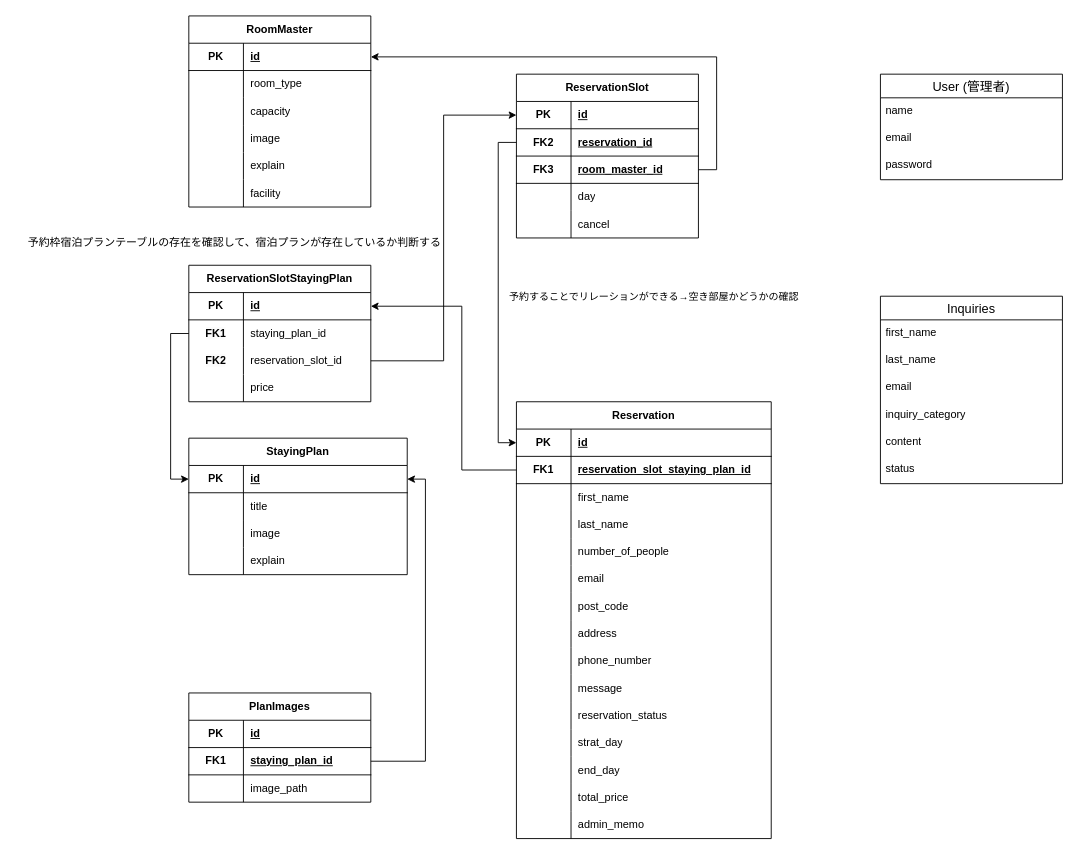
your-school/reserve keeps this draw.io diagram as ER図.drawio. Above is the earlier version. Source tidied: cells renumbered, new cells numbered last; positions are measured from the earlier drawing's top-left corner, leaving out a move shared by most shapes. Both pictures are drawn from the tidied source at 91%, with x=0, y=0 at pixel (15, 15).
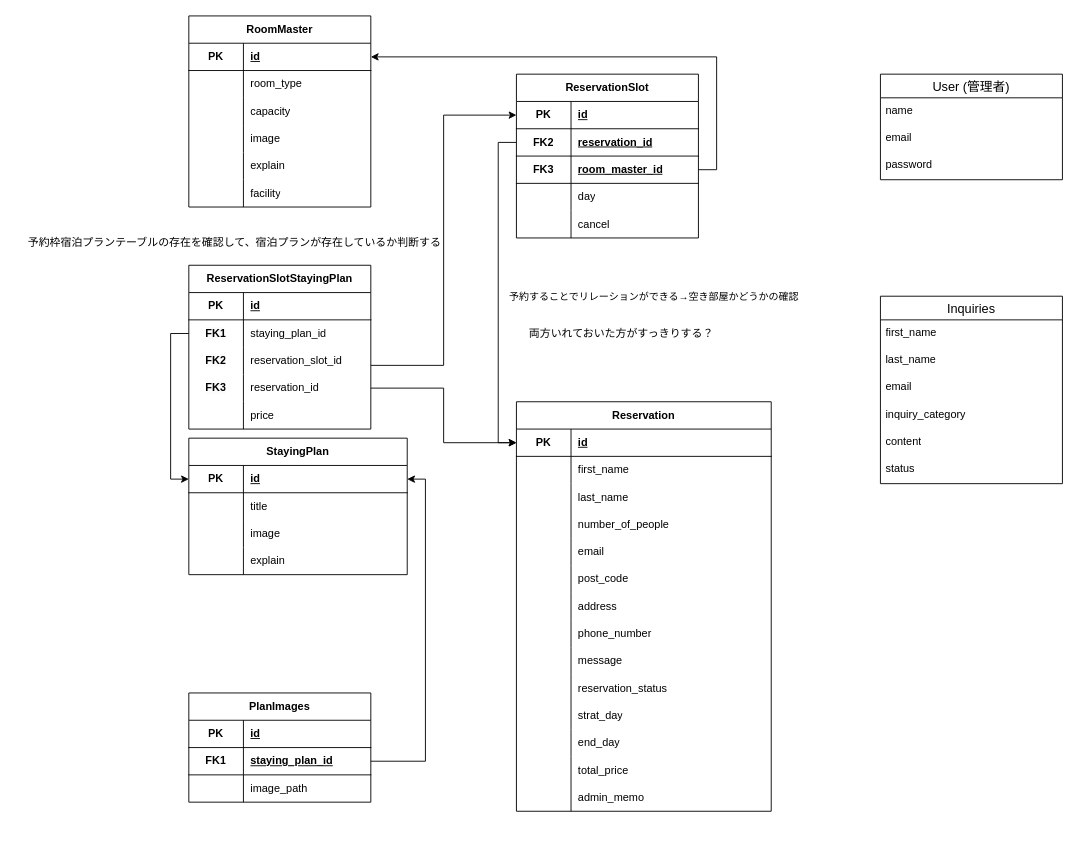
The same diagram, later.

Commit message:
ER図.drawio を更新します

The change refers to these unchanged cells:
```xml
<mxCell id="3" style="shape=tableRow;horizontal=0;startSize=0;swimlaneHead=0;swimlaneBody=0;fillColor=none;points=[[0,0.5],[1,0.5]];portConstraint=eastwest;top=0;left=0;right=0;bottom=1;html=1;" parent="2" vertex="1">
  <mxGeometry y="30" width="280" height="30" as="geometry" />
</mxCell>
<mxCell id="62" style="shape=tableRow;horizontal=0;startSize=0;swimlaneHead=0;swimlaneBody=0;fillColor=none;points=[[0,0.5],[1,0.5]];portConstraint=eastwest;top=0;left=0;right=0;bottom=1;html=1;" parent="61" vertex="1">
  <mxGeometry y="30" width="200" height="30" as="geometry" />
</mxCell>
<mxCell id="91" style="shape=tableRow;horizontal=0;startSize=0;swimlaneHead=0;swimlaneBody=0;fillColor=none;points=[[0,0.5],[1,0.5]];portConstraint=eastwest;top=0;left=0;right=0;bottom=1;html=1;" parent="90" vertex="1">
  <mxGeometry y="30" width="200" height="30" as="geometry" />
</mxCell>
```

Diff of the diagram source:
```diff
@@
     <mxCell id="2" value="Reservation" style="shape=table;startSize=30;childLayout=tableLayout;rowLines=0;fontStyle=1;align=center;html=1;whiteSpace=wrap;" parent="1" vertex="1">
-      <mxGeometry x="550" y="424" width="280" height="480" as="geometry" />
+      <mxGeometry x="550" y="424" width="280" height="450" as="geometry" />
     </mxCell>
@@
-    <mxCell id="6" style="shape=tableRow;horizontal=0;startSize=0;swimlaneHead=0;swimlaneBody=0;fillColor=none;points=[[0,0.5],[1,0.5]];portConstraint=eastwest;top=0;left=0;right=0;bottom=1;html=1;" parent="2" vertex="1">
-      <mxGeometry y="60" width="280" height="30" as="geometry" />
-    </mxCell>
-    <mxCell id="7" value="FK1" style="shape=partialRectangle;fillColor=none;top=0;left=0;bottom=0;right=0;fontStyle=1;overflow=hidden;html=1;whiteSpace=wrap;" parent="6" vertex="1">
-      <mxGeometry width="60" height="30" as="geometry" />
-    </mxCell>
-    <mxCell id="8" value="reservation_slot_staying_plan_id" style="shape=partialRectangle;fillColor=none;top=0;left=0;bottom=0;right=0;align=left;spacingLeft=6;fontStyle=5;overflow=hidden;html=1;whiteSpace=wrap;" parent="6" vertex="1">
-      <mxGeometry x="60" width="220" height="30" as="geometry" />
-    </mxCell>
     <mxCell id="9" style="shape=tableRow;horizontal=0;startSize=0;swimlaneHead=0;swimlaneBody=0;fillColor=none;top=0;left=0;right=0;bottom=0;html=1;" parent="2" vertex="1">
-      <mxGeometry y="90" width="280" height="30" as="geometry" />
+      <mxGeometry y="60" width="280" height="30" as="geometry" />
     </mxCell>
@@
     <mxCell id="12" style="shape=tableRow;horizontal=0;startSize=0;swimlaneHead=0;swimlaneBody=0;fillColor=none;top=0;left=0;right=0;bottom=0;html=1;" parent="2" vertex="1">
-      <mxGeometry y="120" width="280" height="30" as="geometry" />
+      <mxGeometry y="90" width="280" height="30" as="geometry" />
     </mxCell>
@@
     <mxCell id="15" style="shape=tableRow;horizontal=0;startSize=0;swimlaneHead=0;swimlaneBody=0;fillColor=none;top=0;left=0;right=0;bottom=0;html=1;" parent="2" vertex="1">
-      <mxGeometry y="150" width="280" height="30" as="geometry" />
+      <mxGeometry y="120" width="280" height="30" as="geometry" />
     </mxCell>
@@
     <mxCell id="18" style="shape=tableRow;horizontal=0;startSize=0;swimlaneHead=0;swimlaneBody=0;fillColor=none;top=0;left=0;right=0;bottom=0;html=1;" parent="2" vertex="1">
-      <mxGeometry y="180" width="280" height="30" as="geometry" />
+      <mxGeometry y="150" width="280" height="30" as="geometry" />
     </mxCell>
@@
     <mxCell id="21" style="shape=tableRow;horizontal=0;startSize=0;swimlaneHead=0;swimlaneBody=0;fillColor=none;top=0;left=0;right=0;bottom=0;html=1;" parent="2" vertex="1">
-      <mxGeometry y="210" width="280" height="30" as="geometry" />
+      <mxGeometry y="180" width="280" height="30" as="geometry" />
     </mxCell>
@@
     <mxCell id="24" style="shape=tableRow;horizontal=0;startSize=0;swimlaneHead=0;swimlaneBody=0;fillColor=none;top=0;left=0;right=0;bottom=0;html=1;" parent="2" vertex="1">
-      <mxGeometry y="240" width="280" height="30" as="geometry" />
+      <mxGeometry y="210" width="280" height="30" as="geometry" />
     </mxCell>
@@
     <mxCell id="27" style="shape=tableRow;horizontal=0;startSize=0;swimlaneHead=0;swimlaneBody=0;fillColor=none;top=0;left=0;right=0;bottom=0;html=1;" parent="2" vertex="1">
-      <mxGeometry y="270" width="280" height="30" as="geometry" />
+      <mxGeometry y="240" width="280" height="30" as="geometry" />
     </mxCell>
@@
     <mxCell id="30" style="shape=tableRow;horizontal=0;startSize=0;swimlaneHead=0;swimlaneBody=0;fillColor=none;top=0;left=0;right=0;bottom=0;html=1;" parent="2" vertex="1">
-      <mxGeometry y="300" width="280" height="30" as="geometry" />
+      <mxGeometry y="270" width="280" height="30" as="geometry" />
     </mxCell>
@@
     <mxCell id="33" style="shape=tableRow;horizontal=0;startSize=0;swimlaneHead=0;swimlaneBody=0;fillColor=none;top=0;left=0;right=0;bottom=0;html=1;" parent="2" vertex="1">
-      <mxGeometry y="330" width="280" height="30" as="geometry" />
+      <mxGeometry y="300" width="280" height="30" as="geometry" />
     </mxCell>
@@
     <mxCell id="36" style="shape=tableRow;horizontal=0;startSize=0;swimlaneHead=0;swimlaneBody=0;fillColor=none;top=0;left=0;right=0;bottom=0;html=1;" parent="2" vertex="1">
-      <mxGeometry y="360" width="280" height="30" as="geometry" />
+      <mxGeometry y="330" width="280" height="30" as="geometry" />
     </mxCell>
@@
     <mxCell id="39" style="shape=tableRow;horizontal=0;startSize=0;swimlaneHead=0;swimlaneBody=0;fillColor=none;top=0;left=0;right=0;bottom=0;html=1;" parent="2" vertex="1">
-      <mxGeometry y="390" width="280" height="30" as="geometry" />
+      <mxGeometry y="360" width="280" height="30" as="geometry" />
     </mxCell>
@@
     <mxCell id="42" style="shape=tableRow;horizontal=0;startSize=0;swimlaneHead=0;swimlaneBody=0;fillColor=none;top=0;left=0;right=0;bottom=0;html=1;" parent="2" vertex="1">
-      <mxGeometry y="420" width="280" height="30" as="geometry" />
+      <mxGeometry y="390" width="280" height="30" as="geometry" />
     </mxCell>
@@
     <mxCell id="45" style="shape=tableRow;horizontal=0;startSize=0;swimlaneHead=0;swimlaneBody=0;fillColor=none;top=0;left=0;right=0;bottom=0;html=1;" parent="2" vertex="1">
-      <mxGeometry y="450" width="280" height="30" as="geometry" />
+      <mxGeometry y="420" width="280" height="30" as="geometry" />
     </mxCell>
@@
     <mxCell id="90" value="ReservationSlotStayingPlan" style="shape=table;startSize=30;childLayout=tableLayout;rowLines=0;fontStyle=1;align=center;html=1;whiteSpace=wrap;" parent="1" vertex="1">
-      <mxGeometry x="190" y="274" width="200" height="150" as="geometry" />
+      <mxGeometry x="190" y="274" width="200" height="180" as="geometry" />
     </mxCell>
@@
+    <mxCell id="138" style="shape=tableRow;horizontal=0;startSize=0;swimlaneHead=0;swimlaneBody=0;fillColor=none;top=0;left=0;right=0;bottom=0;html=1;" parent="90" vertex="1">
+      <mxGeometry y="90" width="200" height="30" as="geometry" />
+    </mxCell>
+    <mxCell id="139" value="&lt;span style=&quot;color: rgb(0, 0, 0); font-family: Helvetica; font-size: 12px; font-style: normal; font-variant-ligatures: normal; font-variant-caps: normal; font-weight: 700; letter-spacing: normal; orphans: 2; text-align: center; text-indent: 0px; text-transform: none; widows: 2; word-spacing: 0px; -webkit-text-stroke-width: 0px; background-color: rgb(251, 251, 251); text-decoration-thickness: initial; text-decoration-style: initial; text-decoration-color: initial; float: none; display: inline !important;&quot;&gt;FK2&lt;/span&gt;" style="shape=partialRectangle;fillColor=none;top=0;left=0;bottom=0;right=0;overflow=hidden;html=1;whiteSpace=wrap;" parent="138" vertex="1">
+      <mxGeometry width="60" height="30" as="geometry" />
+    </mxCell>
+    <mxCell id="140" value="reservation_slot_id" style="shape=partialRectangle;fillColor=none;top=0;left=0;bottom=0;right=0;align=left;spacingLeft=6;overflow=hidden;html=1;whiteSpace=wrap;" parent="138" vertex="1">
+      <mxGeometry x="60" width="140" height="30" as="geometry" />
+    </mxCell>
     <mxCell id="97" style="shape=tableRow;horizontal=0;startSize=0;swimlaneHead=0;swimlaneBody=0;fillColor=none;points=[[0,0.5],[1,0.5]];portConstraint=eastwest;top=0;left=0;right=0;bottom=0;html=1;" parent="90" vertex="1">
-      <mxGeometry y="90" width="200" height="30" as="geometry" />
+      <mxGeometry y="120" width="200" height="30" as="geometry" />
     </mxCell>
-    <mxCell id="98" value="&lt;span style=&quot;color: rgb(0, 0, 0); font-family: Helvetica; font-size: 12px; font-style: normal; font-variant-ligatures: normal; font-variant-caps: normal; font-weight: 700; letter-spacing: normal; orphans: 2; text-align: center; text-indent: 0px; text-transform: none; widows: 2; word-spacing: 0px; -webkit-text-stroke-width: 0px; background-color: rgb(251, 251, 251); text-decoration-thickness: initial; text-decoration-style: initial; text-decoration-color: initial; float: none; display: inline !important;&quot;&gt;FK2&lt;/span&gt;" style="shape=partialRectangle;fillColor=none;top=0;left=0;bottom=0;right=0;overflow=hidden;html=1;whiteSpace=wrap;" parent="97" vertex="1">
+    <mxCell id="98" value="&lt;span style=&quot;color: rgb(0, 0, 0); font-family: Helvetica; font-size: 12px; font-style: normal; font-variant-ligatures: normal; font-variant-caps: normal; font-weight: 700; letter-spacing: normal; orphans: 2; text-align: center; text-indent: 0px; text-transform: none; widows: 2; word-spacing: 0px; -webkit-text-stroke-width: 0px; background-color: rgb(251, 251, 251); text-decoration-thickness: initial; text-decoration-style: initial; text-decoration-color: initial; float: none; display: inline !important;&quot;&gt;FK3&lt;/span&gt;" style="shape=partialRectangle;fillColor=none;top=0;left=0;bottom=0;right=0;overflow=hidden;html=1;whiteSpace=wrap;" parent="97" vertex="1">
       <mxGeometry width="60" height="30" as="geometry" />
     </mxCell>
-    <mxCell id="99" value="reservation_slot_id" style="shape=partialRectangle;fillColor=none;top=0;left=0;bottom=0;right=0;align=left;spacingLeft=6;overflow=hidden;html=1;whiteSpace=wrap;" parent="97" vertex="1">
+    <mxCell id="99" value="reservation_id" style="shape=partialRectangle;fillColor=none;top=0;left=0;bottom=0;right=0;align=left;spacingLeft=6;overflow=hidden;html=1;whiteSpace=wrap;" parent="97" vertex="1">
       <mxGeometry x="60" width="140" height="30" as="geometry" />
     </mxCell>
     <mxCell id="100" style="shape=tableRow;horizontal=0;startSize=0;swimlaneHead=0;swimlaneBody=0;fillColor=none;top=0;left=0;right=0;bottom=0;html=1;" parent="90" vertex="1">
-      <mxGeometry y="120" width="200" height="30" as="geometry" />
+      <mxGeometry y="150" width="200" height="30" as="geometry" />
     </mxCell>
@@
-    <mxCell id="136" style="edgeStyle=orthogonalEdgeStyle;rounded=0;jettySize=auto;html=1;exitX=0;exitY=0.5;exitDx=0;exitDy=0;entryX=1;entryY=0.5;entryDx=0;entryDy=0;" parent="1" edge="1" source="6" target="91">
-      <mxGeometry relative="1" as="geometry">
-        <Array as="points">
-          <mxPoint x="490" y="499" />
-          <mxPoint x="490" y="319" />
-        </Array>
-      </mxGeometry>
-    </mxCell>
-    <mxCell id="137" style="edgeStyle=orthogonalEdgeStyle;rounded=0;jettySize=auto;html=1;exitX=1;exitY=0.5;exitDx=0;exitDy=0;entryX=0;entryY=0.5;entryDx=0;entryDy=0;" parent="1" edge="1" source="97" target="62">
-      <mxGeometry relative="1" as="geometry" />
+    <mxCell id="137" style="edgeStyle=orthogonalEdgeStyle;rounded=0;jettySize=auto;html=1;entryX=0;entryY=0.5;entryDx=0;entryDy=0;" parent="1" edge="1" target="62">
+      <mxGeometry relative="1" as="geometry">
+        <mxPoint x="390" y="384" as="sourcePoint" />
+        <Array as="points">
+          <mxPoint x="390" y="384" />
+          <mxPoint x="470" y="384" />
+          <mxPoint x="470" y="109" />
+        </Array>
+      </mxGeometry>
     </mxCell>
+    <mxCell id="141" style="edgeStyle=orthogonalEdgeStyle;rounded=0;jettySize=auto;html=1;exitX=1;exitY=0.5;exitDx=0;exitDy=0;entryX=0;entryY=0.5;entryDx=0;entryDy=0;" parent="1" edge="1" source="97" target="3">
+      <mxGeometry relative="1" as="geometry" />
+    </mxCell>
+    <mxCell id="142" value="両方いれておいた方がすっきりする？" style="text;html=1;align=center;verticalAlign=middle;strokeColor=none;fillColor=none;" parent="1" vertex="1">
+      <mxGeometry x="550" y="334" width="230" height="30" as="geometry" />
+    </mxCell>
```
